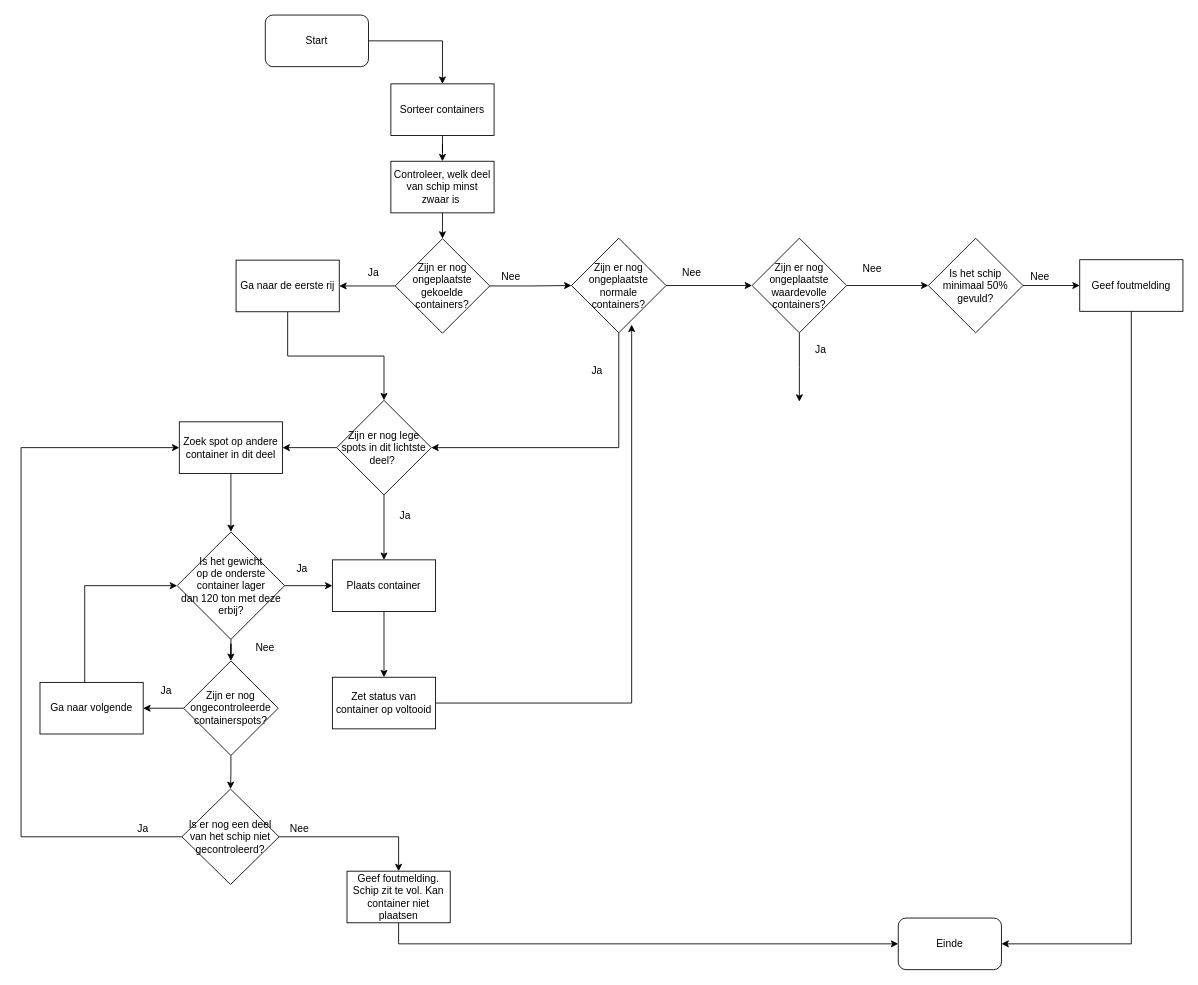
ricardomeulendijks/ContainerShip keeps this draw.io diagram as Containerschip.drawio. Above is the earlier version. Source tidied: cells renumbered, new cells numbered last; positions are measured from the earlier drawing's top-left corner, leaving out a move shared by most shapes. Both pictures are drawn from the tidied source at 86%, with x=0, y=0 at pixel (21, 15).
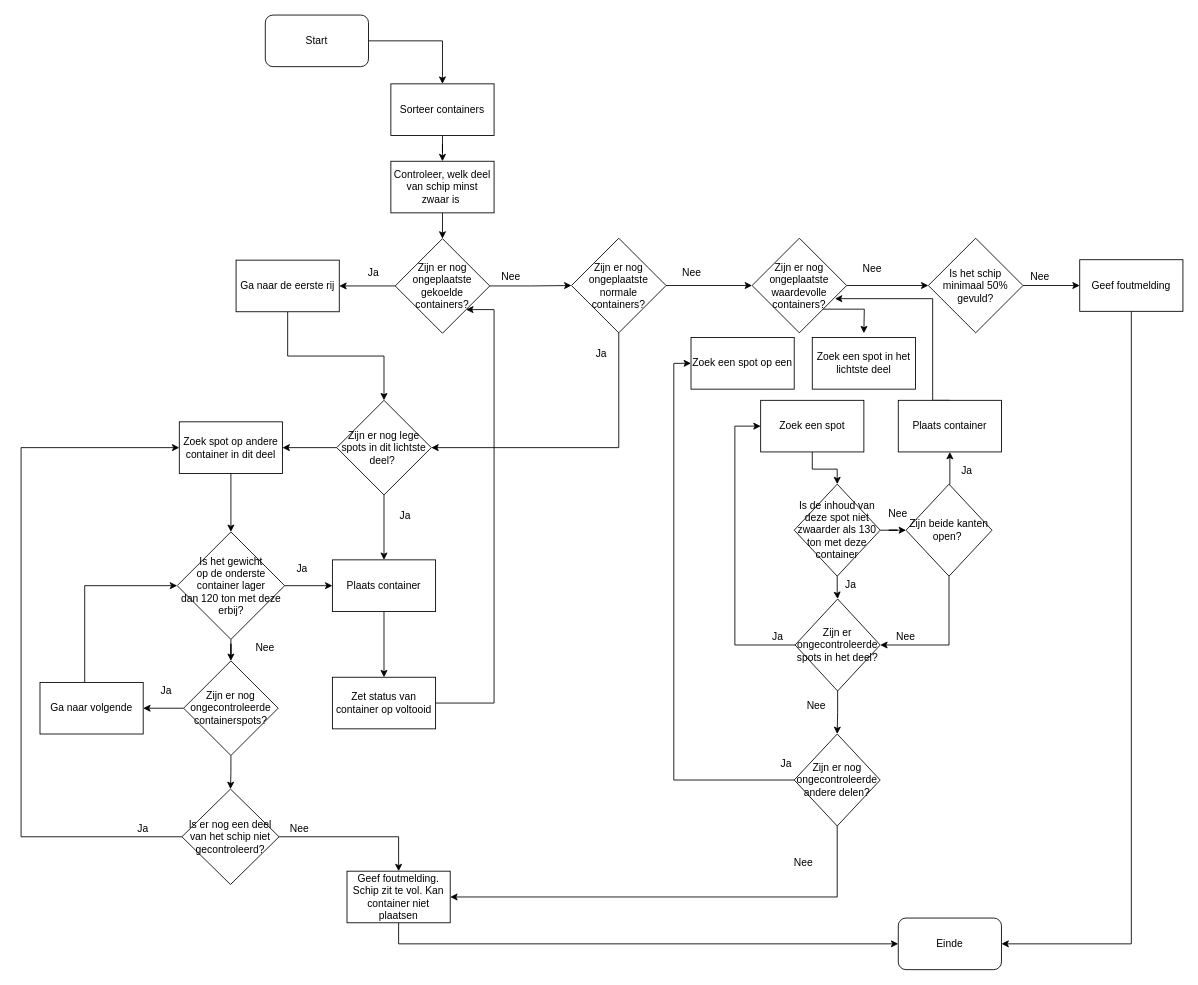
After the change.

Commit message:
Update Containerschip flowchart

The change refers to these unchanged cells:
```xml
<mxCell id="9" value="Zijn er nog ongeplaatste gekoelde containers?" style="rhombus;whiteSpace=wrap;html=1;" parent="1" vertex="1">
  <mxGeometry x="435" y="260" width="110" height="110" as="geometry" />
</mxCell>
<mxCell id="15" value="Zijn er nog ongeplaatste waardevolle containers?" style="rhombus;whiteSpace=wrap;html=1;" parent="1" vertex="1">
  <mxGeometry x="850" y="259.5" width="110" height="110" as="geometry" />
</mxCell>
<mxCell id="29" value="Zet status van container op voltooid" style="rounded=0;whiteSpace=wrap;html=1;" parent="1" vertex="1">
  <mxGeometry x="362" y="770" width="120" height="60" as="geometry" />
</mxCell>
<mxCell id="58" value="Geef foutmelding. Schip zit te vol. Kan container niet plaatsen" style="rounded=0;whiteSpace=wrap;html=1;" parent="1" vertex="1">
  <mxGeometry x="379" y="995.5" width="120" height="60" as="geometry" />
</mxCell>
```

Change to the diagram source:
```diff
@@
-    <mxCell id="14" style="edgeStyle=orthogonalEdgeStyle;rounded=0;jettySize=auto;html=1;" parent="1" edge="1" source="15">
-      <mxGeometry relative="1" as="geometry">
-        <mxPoint x="905" y="449.5" as="targetPoint" />
-      </mxGeometry>
-    </mxCell>
+    <mxCell id="60" style="edgeStyle=orthogonalEdgeStyle;rounded=0;jettySize=auto;html=1;exitX=1;exitY=1;exitDx=0;exitDy=0;" parent="1" edge="1" source="15">
+      <mxGeometry relative="1" as="geometry">
+        <mxPoint x="980" y="370" as="targetPoint" />
+      </mxGeometry>
+    </mxCell>
@@
-    <mxCell id="28" style="edgeStyle=orthogonalEdgeStyle;rounded=0;jettySize=auto;html=1;" parent="1" edge="1" source="29">
+    <mxCell id="28" style="edgeStyle=orthogonalEdgeStyle;rounded=0;jettySize=auto;html=1;entryX=1;entryY=1;entryDx=0;entryDy=0;" parent="1" edge="1" source="29" target="9">
       <mxGeometry relative="1" as="geometry">
-        <mxPoint x="710" y="360" as="targetPoint" />
         <Array as="points">
-          <mxPoint x="710" y="800" />
-          <mxPoint x="710" y="370" />
+          <mxPoint x="550" y="800" />
+          <mxPoint x="550" y="342" />
         </Array>
       </mxGeometry>
     </mxCell>
@@
-    <mxCell id="42" style="edgeStyle=orthogonalEdgeStyle;rounded=0;orthogonalLoop=1;jettySize=auto;html=1;exitX=0.5;exitY=1;exitDx=0;exitDy=0;" parent="1" edge="1">
-      <mxGeometry relative="1" as="geometry">
-        <mxPoint x="510" y="390" as="sourcePoint" />
-        <mxPoint x="510" y="390" as="targetPoint" />
-      </mxGeometry>
-    </mxCell>
@@
     <mxCell id="51" value="Ja" style="text;html=1;strokeColor=none;fillColor=none;align=center;verticalAlign=middle;whiteSpace=wrap;rounded=0;" parent="1" vertex="1">
-      <mxGeometry x="650" y="404" width="40" height="20" as="geometry" />
+      <mxGeometry x="655" y="384" width="40" height="20" as="geometry" />
     </mxCell>
@@
+    <mxCell id="61" style="edgeStyle=orthogonalEdgeStyle;rounded=0;jettySize=auto;html=1;" parent="1" edge="1" source="62" target="65">
+      <mxGeometry relative="1" as="geometry" />
+    </mxCell>
+    <mxCell id="62" value="Zoek een spot" style="rounded=0;whiteSpace=wrap;html=1;" parent="1" vertex="1">
+      <mxGeometry x="860" y="448" width="120" height="60" as="geometry" />
+    </mxCell>
+    <mxCell id="63" style="edgeStyle=orthogonalEdgeStyle;rounded=0;jettySize=auto;html=1;" parent="1" edge="1" source="65" target="74">
+      <mxGeometry relative="1" as="geometry" />
+    </mxCell>
+    <mxCell id="64" style="edgeStyle=orthogonalEdgeStyle;rounded=0;jettySize=auto;html=1;" parent="1" edge="1" source="65" target="68">
+      <mxGeometry relative="1" as="geometry" />
+    </mxCell>
+    <mxCell id="65" value="Is de inhoud van deze spot niet zwaarder als 130 ton met deze container" style="rhombus;whiteSpace=wrap;html=1;" parent="1" vertex="1">
+      <mxGeometry x="899" y="545.5" width="100" height="107" as="geometry" />
+    </mxCell>
+    <mxCell id="66" style="edgeStyle=orthogonalEdgeStyle;rounded=0;jettySize=auto;html=1;" parent="1" edge="1" source="68" target="71">
+      <mxGeometry relative="1" as="geometry" />
+    </mxCell>
+    <mxCell id="67" style="edgeStyle=orthogonalEdgeStyle;rounded=0;jettySize=auto;html=1;entryX=0;entryY=0.5;entryDx=0;entryDy=0;" parent="1" edge="1" source="68" target="62">
+      <mxGeometry relative="1" as="geometry">
+        <Array as="points">
+          <mxPoint x="830" y="732" />
+          <mxPoint x="830" y="478" />
+        </Array>
+      </mxGeometry>
+    </mxCell>
+    <mxCell id="68" value="Zijn er ongecontroleerde spots in het deel?&lt;br&gt;" style="rhombus;whiteSpace=wrap;html=1;" parent="1" vertex="1">
+      <mxGeometry x="900" y="679" width="99" height="107" as="geometry" />
+    </mxCell>
+    <mxCell id="69" style="edgeStyle=orthogonalEdgeStyle;rounded=0;jettySize=auto;html=1;exitX=0;exitY=0.5;exitDx=0;exitDy=0;entryX=0;entryY=0.5;entryDx=0;entryDy=0;" parent="1" edge="1" source="71" target="78">
+      <mxGeometry relative="1" as="geometry" />
+    </mxCell>
+    <mxCell id="70" style="edgeStyle=orthogonalEdgeStyle;rounded=0;jettySize=auto;html=1;exitX=0.5;exitY=1;exitDx=0;exitDy=0;entryX=1;entryY=0.5;entryDx=0;entryDy=0;" parent="1" edge="1" source="71" target="58">
+      <mxGeometry relative="1" as="geometry" />
+    </mxCell>
+    <mxCell id="71" value="Zijn er nog ongecontroleerde andere delen?&lt;br&gt;" style="rhombus;whiteSpace=wrap;html=1;" parent="1" vertex="1">
+      <mxGeometry x="899" y="836" width="100" height="107" as="geometry" />
+    </mxCell>
+    <mxCell id="72" style="edgeStyle=orthogonalEdgeStyle;rounded=0;jettySize=auto;html=1;exitX=0.5;exitY=0;exitDx=0;exitDy=0;entryX=0.5;entryY=1;entryDx=0;entryDy=0;" parent="1" edge="1" source="74" target="76">
+      <mxGeometry relative="1" as="geometry" />
+    </mxCell>
+    <mxCell id="73" style="edgeStyle=orthogonalEdgeStyle;rounded=0;jettySize=auto;html=1;exitX=0.5;exitY=1;exitDx=0;exitDy=0;entryX=1;entryY=0.5;entryDx=0;entryDy=0;" parent="1" edge="1" source="74" target="68">
+      <mxGeometry relative="1" as="geometry" />
+    </mxCell>
+    <mxCell id="74" value="Zijn beide kanten open?&amp;nbsp;" style="rhombus;whiteSpace=wrap;html=1;" parent="1" vertex="1">
+      <mxGeometry x="1029" y="545.5" width="100" height="107" as="geometry" />
+    </mxCell>
+    <mxCell id="75" style="edgeStyle=orthogonalEdgeStyle;rounded=0;jettySize=auto;html=1;exitX=0.5;exitY=0;exitDx=0;exitDy=0;entryX=0.876;entryY=0.639;entryDx=0;entryDy=0;entryPerimeter=0;" parent="1" edge="1" source="76" target="15">
+      <mxGeometry relative="1" as="geometry">
+        <Array as="points">
+          <mxPoint x="1060" y="448" />
+          <mxPoint x="1060" y="330" />
+        </Array>
+      </mxGeometry>
+    </mxCell>
+    <mxCell id="76" value="Plaats container" style="rounded=0;whiteSpace=wrap;html=1;" parent="1" vertex="1">
+      <mxGeometry x="1020" y="448" width="120" height="60" as="geometry" />
+    </mxCell>
+    <mxCell id="77" value="Zoek een spot in het lichtste deel" style="rounded=0;whiteSpace=wrap;html=1;" parent="1" vertex="1">
+      <mxGeometry x="920" y="375" width="120" height="60" as="geometry" />
+    </mxCell>
+    <mxCell id="78" value="Zoek een spot op een" style="rounded=0;whiteSpace=wrap;html=1;" parent="1" vertex="1">
+      <mxGeometry x="779" y="375" width="120" height="60" as="geometry" />
+    </mxCell>
+    <mxCell id="79" value="Ja" style="text;html=1;strokeColor=none;fillColor=none;align=center;verticalAlign=middle;whiteSpace=wrap;rounded=0;" parent="1" vertex="1">
+      <mxGeometry x="860" y="712.5" width="40" height="20" as="geometry" />
+    </mxCell>
+    <mxCell id="80" value="Ja" style="text;html=1;strokeColor=none;fillColor=none;align=center;verticalAlign=middle;whiteSpace=wrap;rounded=0;" parent="1" vertex="1">
+      <mxGeometry x="870" y="861" width="40" height="20" as="geometry" />
+    </mxCell>
+    <mxCell id="81" value="Nee" style="text;html=1;strokeColor=none;fillColor=none;align=center;verticalAlign=middle;whiteSpace=wrap;rounded=0;" parent="1" vertex="1">
+      <mxGeometry x="890" y="975.5" width="40" height="20" as="geometry" />
+    </mxCell>
+    <mxCell id="82" value="Nee" style="text;html=1;strokeColor=none;fillColor=none;align=center;verticalAlign=middle;whiteSpace=wrap;rounded=0;" parent="1" vertex="1">
+      <mxGeometry x="905" y="793" width="40" height="20" as="geometry" />
+    </mxCell>
+    <mxCell id="83" value="Nee" style="text;html=1;strokeColor=none;fillColor=none;align=center;verticalAlign=middle;whiteSpace=wrap;rounded=0;" parent="1" vertex="1">
+      <mxGeometry x="1000" y="570" width="40" height="20" as="geometry" />
+    </mxCell>
+    <mxCell id="84" value="Ja" style="text;html=1;strokeColor=none;fillColor=none;align=center;verticalAlign=middle;whiteSpace=wrap;rounded=0;" parent="1" vertex="1">
+      <mxGeometry x="945" y="652.5" width="40" height="20" as="geometry" />
+    </mxCell>
+    <mxCell id="85" value="Ja" style="text;html=1;strokeColor=none;fillColor=none;align=center;verticalAlign=middle;whiteSpace=wrap;rounded=0;" parent="1" vertex="1">
+      <mxGeometry x="1080" y="520" width="40" height="20" as="geometry" />
+    </mxCell>
+    <mxCell id="86" value="Nee" style="text;html=1;strokeColor=none;fillColor=none;align=center;verticalAlign=middle;whiteSpace=wrap;rounded=0;" parent="1" vertex="1">
+      <mxGeometry x="1009" y="712.5" width="40" height="20" as="geometry" />
+    </mxCell>
```
